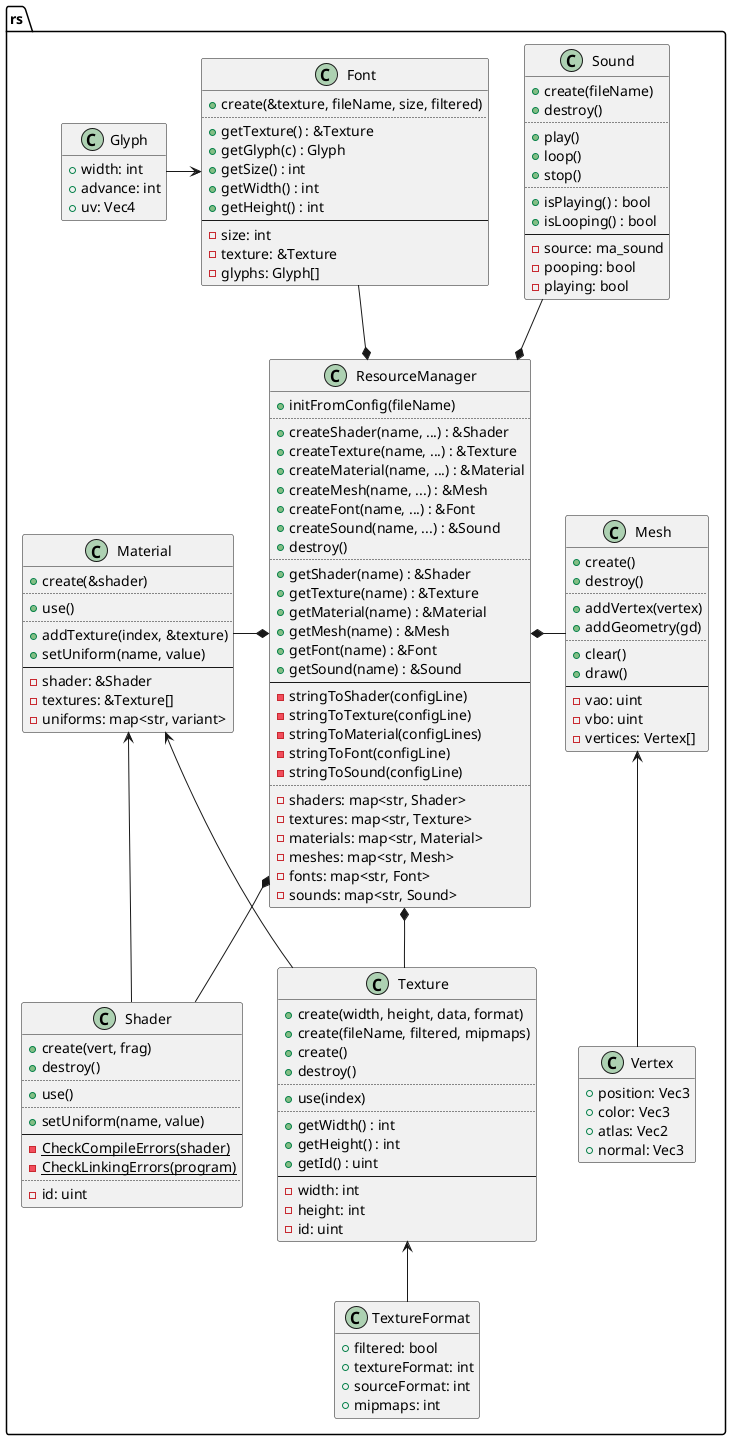
The PlantUML diagram design/res.png in ba6er/marblemaze, before a commit.
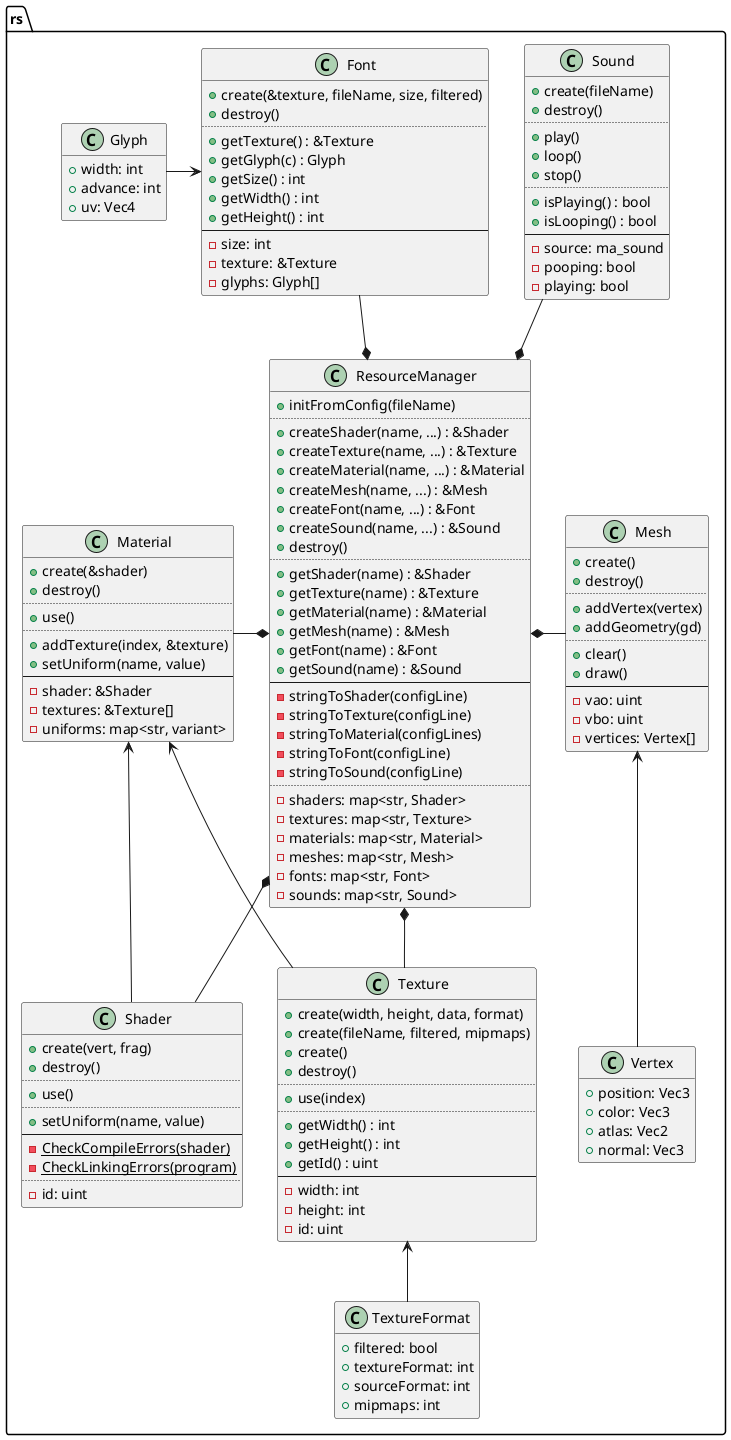
The same file after the commit.

What changed in the source:
```diff
@@ -42,6 +42,7 @@
 
 class rs::Material {
 	+create(&shader)
+	+destroy()
 	..
 	+use()
 	..
@@ -85,6 +86,7 @@
 
 class rs::Font {
 	+create(&texture, fileName, size, filtered)
+	+destroy()
 	..
 	+getTexture() : &Texture
 	+getGlyph(c) : Glyph
```
